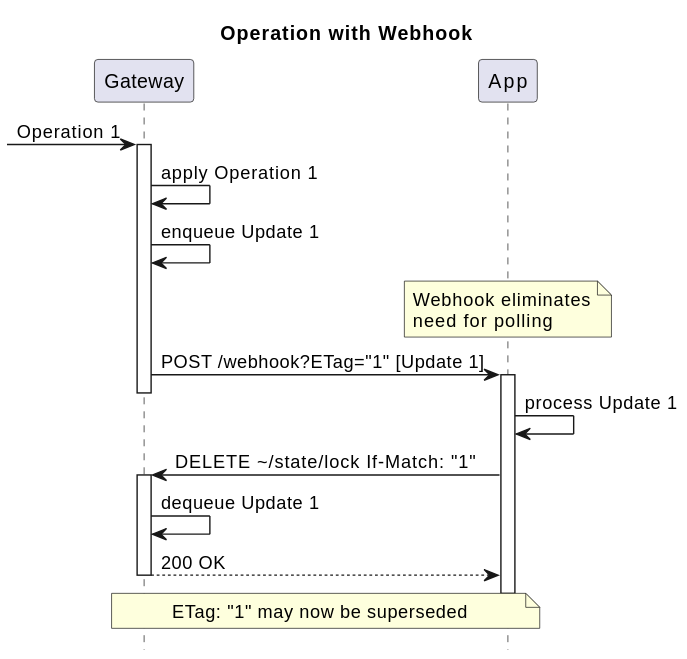
Above: architecture/api/http/img/2-basic-webhook.seq.svg in m-ld/m-ld-gateway (PlantUML), before the change.
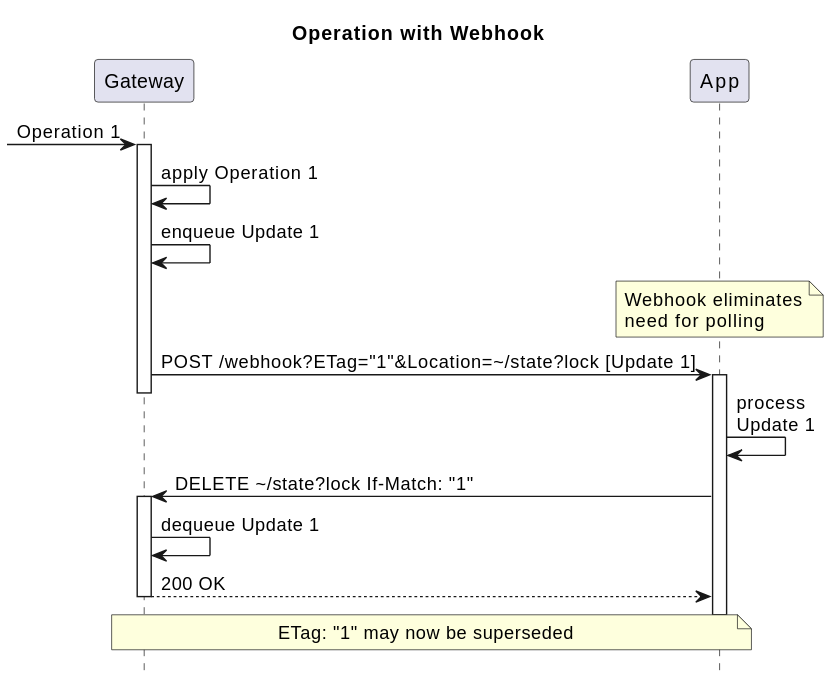
After the change.

The edit, as a diff of the source:
```diff
@@ -14,9 +14,9 @@
 Webhook eliminates
 need for polling
 end note
-gw -> app ++--: POST /webhook?ETag="1" [Update 1]
-app -> app: process Update 1
-app -> gw ++: DELETE \~/state/lock If-Match: "1"
+gw -> app ++--: POST /webhook?ETag="1"&Location=\~/state?lock [Update 1]
+app -> app: process\nUpdate 1
+app -> gw ++: DELETE \~/state?lock If-Match: "1"
 gw -> gw: dequeue Update 1
 return 200 OK
 deactivate app
```
